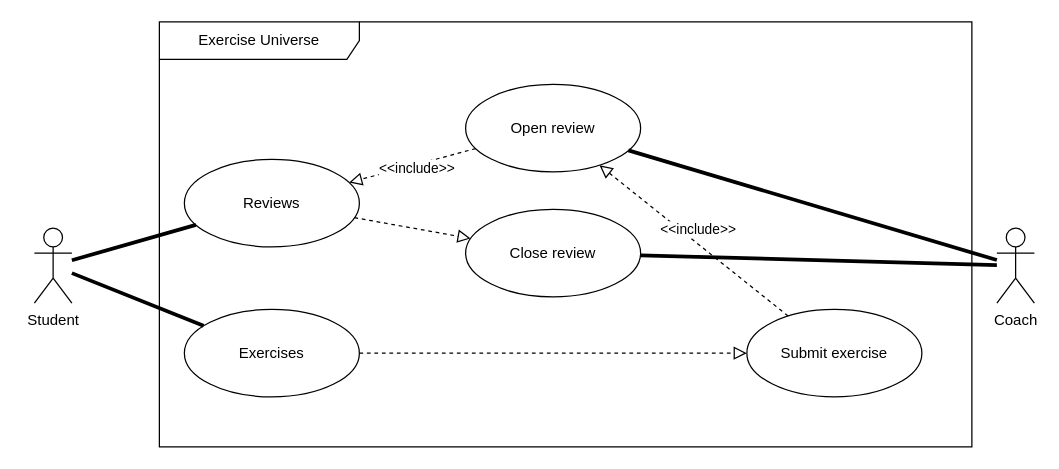
Earlier version of the draw.io diagram Untitled Diagram.drawio (fabiantjuhh/fabiantjuhh). Source tidied: cells renumbered, new cells numbered last; positions are measured from the earlier drawing's top-left corner, leaving out a move shared by most shapes. Both pictures are drawn from the tidied source at 125%, with x=0, y=0 at pixel (34, 21).
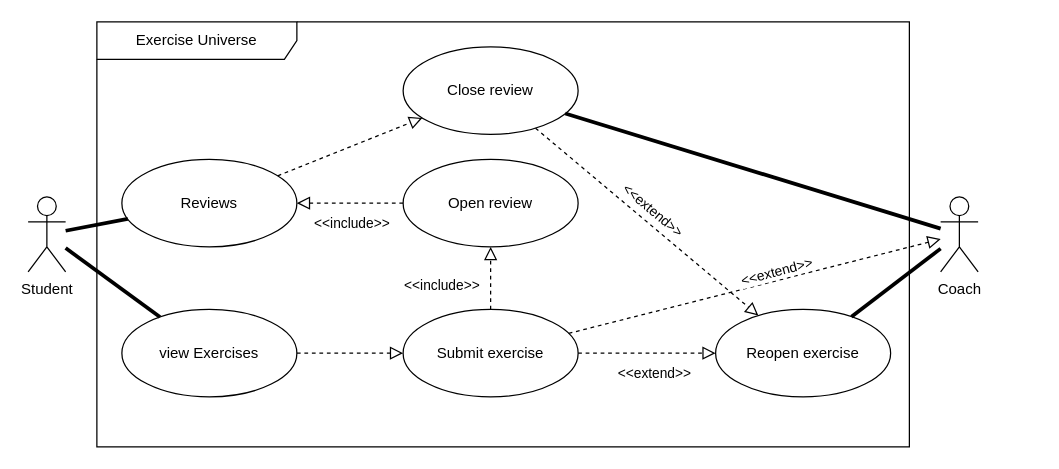
The same diagram, later.

The change refers to these unchanged cells:
```xml
<mxCell id="10" style="endArrow=block;startArrow=none;endFill=0;startFill=0;endSize=8;html=1;verticalAlign=bottom;dashed=1;labelBackgroundColor=none;rounded=0;" parent="4" edge="1" source="9" target="6">
  <mxGeometry relative="1" as="geometry" />
</mxCell>
<mxCell id="14" style="endArrow=block;startArrow=none;endFill=0;startFill=0;endSize=8;html=1;verticalAlign=bottom;dashed=1;labelBackgroundColor=none;rounded=0;" parent="4" edge="1" source="12" target="9">
  <mxGeometry relative="1" as="geometry" />
</mxCell>
```

Change to the diagram source:
```diff
@@
     <mxCell id="2" value="Student" style="shape=umlActor;verticalLabelPosition=bottom;verticalAlign=top;html=1;" parent="1" vertex="1">
-      <mxGeometry y="165" width="30" height="60" as="geometry" />
+      <mxGeometry x="-5" y="140" width="30" height="60" as="geometry" />
     </mxCell>
     <mxCell id="3" value="Coach" style="shape=umlActor;verticalLabelPosition=bottom;verticalAlign=top;html=1;" parent="1" vertex="1">
-      <mxGeometry x="770" y="165" width="30" height="60" as="geometry" />
+      <mxGeometry x="725" y="140" width="30" height="60" as="geometry" />
     </mxCell>
     <mxCell id="4" value="Exercise Universe" style="shape=umlFrame;whiteSpace=wrap;html=1;width=160;" parent="1" vertex="1">
-      <mxGeometry x="100" width="650" height="340" as="geometry" />
+      <mxGeometry x="50" width="650" height="340" as="geometry" />
     </mxCell>
-    <mxCell id="5" value="Exercises" style="ellipse;whiteSpace=wrap;html=1;" parent="4" vertex="1">
+    <mxCell id="5" value="&lt;div&gt;view Exercises&lt;/div&gt;" style="ellipse;whiteSpace=wrap;html=1;" parent="4" vertex="1">
       <mxGeometry x="20" y="230" width="140" height="70" as="geometry" />
     </mxCell>
@@
     <mxCell id="7" value="&lt;div&gt;Close review&lt;/div&gt;" style="ellipse;whiteSpace=wrap;html=1;" parent="4" vertex="1">
-      <mxGeometry x="245" y="150" width="140" height="70" as="geometry" />
+      <mxGeometry x="245" y="20" width="140" height="70" as="geometry" />
     </mxCell>
@@
     <mxCell id="9" value="Open review" style="ellipse;whiteSpace=wrap;html=1;" parent="4" vertex="1">
-      <mxGeometry x="245" y="50" width="140" height="70" as="geometry" />
+      <mxGeometry x="245" y="110" width="140" height="70" as="geometry" />
     </mxCell>
@@
     <mxCell id="11" value="&amp;lt;&amp;lt;include&amp;gt;&amp;gt;" style="edgeLabel;html=1;align=center;verticalAlign=middle;" parent="10" vertex="1">
       <mxGeometry x="-0.27" y="-1" relative="1" as="geometry">
-        <mxPoint x="-11" y="6" as="offset" />
+        <mxPoint x="-11" y="16" as="offset" />
       </mxGeometry>
     </mxCell>
     <mxCell id="12" value="&lt;div&gt;Submit exercise&lt;/div&gt;" style="ellipse;whiteSpace=wrap;html=1;" parent="4" vertex="1">
-      <mxGeometry x="470" y="230" width="140" height="70" as="geometry" />
+      <mxGeometry x="245" y="230" width="140" height="70" as="geometry" />
     </mxCell>
@@
     <mxCell id="15" value="&amp;lt;&amp;lt;include&amp;gt;&amp;gt;" style="edgeLabel;html=1;align=center;verticalAlign=middle;" parent="14" vertex="1">
       <mxGeometry x="-0.56" y="2" relative="1" as="geometry">
-        <mxPoint x="-38" y="-45" as="offset" />
+        <mxPoint x="-38" y="-9" as="offset" />
       </mxGeometry>
     </mxCell>
+    <mxCell id="20" style="endArrow=block;startArrow=none;endFill=0;startFill=0;endSize=8;html=1;verticalAlign=bottom;dashed=1;labelBackgroundColor=none;rounded=0;" parent="4" edge="1" source="12" target="22">
+      <mxGeometry relative="1" as="geometry" />
+    </mxCell>
+    <mxCell id="21" value="&amp;lt;&amp;lt;extend&amp;gt;&amp;gt;" style="edgeLabel;html=1;align=center;verticalAlign=middle;" parent="20" vertex="1">
+      <mxGeometry x="-0.26" y="1" relative="1" as="geometry">
+        <mxPoint x="19" y="16" as="offset" />
+      </mxGeometry>
+    </mxCell>
+    <mxCell id="22" value="&lt;div&gt;Reopen exercise&lt;/div&gt;" style="ellipse;whiteSpace=wrap;html=1;" parent="4" vertex="1">
+      <mxGeometry x="495" y="230" width="140" height="70" as="geometry" />
+    </mxCell>
+    <mxCell id="23" style="endArrow=block;startArrow=none;endFill=0;startFill=0;endSize=8;html=1;verticalAlign=bottom;dashed=1;labelBackgroundColor=none;rounded=0;" parent="4" edge="1" source="7" target="22">
+      <mxGeometry relative="1" as="geometry" />
+    </mxCell>
+    <mxCell id="24" value="&amp;lt;&amp;lt;extend&amp;gt;&amp;gt;" style="edgeLabel;html=1;align=center;verticalAlign=middle;rotation=40;" parent="23" vertex="1">
+      <mxGeometry x="-0.27" y="2" relative="1" as="geometry">
+        <mxPoint x="28" y="12" as="offset" />
+      </mxGeometry>
+    </mxCell>
@@
-    <mxCell id="18" style="endArrow=none;startArrow=none;endFill=0;startFill=0;endSize=8;html=1;verticalAlign=bottom;labelBackgroundColor=none;strokeWidth=3;rounded=0;" parent="1" edge="1" source="9" target="3">
-      <mxGeometry relative="1" as="geometry" />
-    </mxCell>
@@
+    <mxCell id="25" style="endArrow=block;startArrow=none;endFill=0;startFill=0;endSize=8;html=1;verticalAlign=bottom;dashed=1;labelBackgroundColor=none;rounded=0;" parent="1" edge="1" source="12" target="3">
+      <mxGeometry relative="1" as="geometry" />
+    </mxCell>
+    <mxCell id="26" value="&amp;lt;&amp;lt;extend&amp;gt;&amp;gt;" style="edgeLabel;html=1;align=center;verticalAlign=middle;rotation=-15;" parent="25" vertex="1">
+      <mxGeometry x="-0.17" relative="1" as="geometry">
+        <mxPoint x="43" y="-18" as="offset" />
+      </mxGeometry>
+    </mxCell>
+    <mxCell id="27" style="endArrow=none;startArrow=none;endFill=0;startFill=0;endSize=8;html=1;verticalAlign=bottom;labelBackgroundColor=none;strokeWidth=3;rounded=0;" parent="1" edge="1" source="22" target="3">
+      <mxGeometry relative="1" as="geometry" />
+    </mxCell>
```
